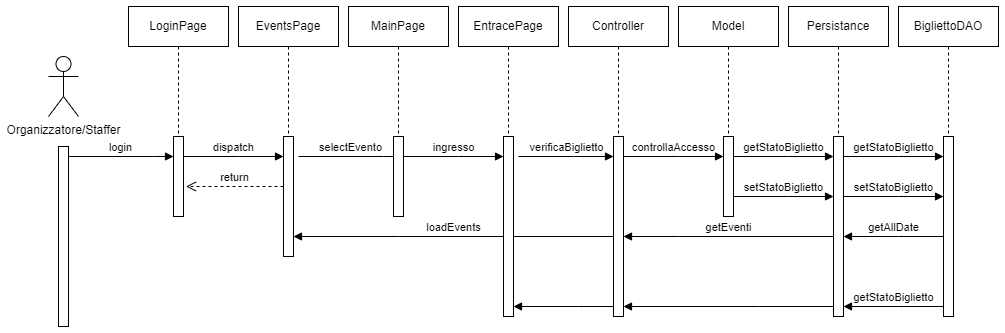
Before: Documentazione/Diagrammi/Draw.io/images/bancoIngresso.png, a diagram exported from draw.io (IngSW-unipv/Progetto-H25). Source tidied: cells renumbered, new cells last; positions are measured from the earlier drawing's top-left corner, leaving out a move shared by most shapes.
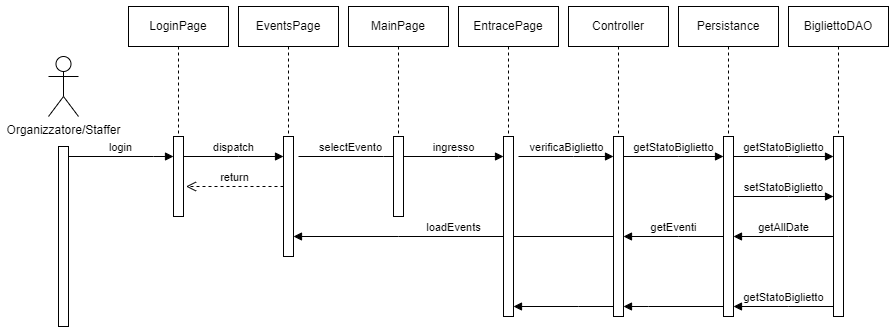
The same diagram one commit later.

Diff of the diagram source:
```diff
@@ -81,35 +81,8 @@
     <mxCell id="20" style="html=1;points=[[0,0,0,0,5],[0,1,0,0,-5],[1,0,0,0,5],[1,1,0,0,-5]];perimeter=orthogonalPerimeter;outlineConnect=0;targetShapes=umlLifeline;portConstraint=eastwest;newEdgeStyle={&quot;curved&quot;:0,&quot;rounded&quot;:0};" parent="18" vertex="1">
       <mxGeometry x="45" y="130" width="10" height="180" as="geometry" />
     </mxCell>
-    <mxCell id="21" style="group;" parent="1" vertex="1">
-      <mxGeometry x="630" width="100" height="210" as="geometry" />
-    </mxCell>
-    <mxCell id="22" value="Model" style="shape=umlLifeline;perimeter=lifelinePerimeter;whiteSpace=wrap;html=1;newEdgeStyle={&quot;edgeStyle&quot;:&quot;elbowEdgeStyle&quot;,&quot;elbow&quot;:&quot;vertical&quot;,&quot;curved&quot;:0,&quot;rounded&quot;:0};" parent="21" vertex="1">
-      <mxGeometry width="100" height="210" as="geometry" />
-    </mxCell>
-    <mxCell id="23" style="html=1;perimeter=orthogonalPerimeter;targetShapes=umlLifeline;newEdgeStyle={&quot;curved&quot;:0,&quot;rounded&quot;:0};" parent="21" vertex="1">
-      <mxGeometry x="45" y="130" width="10" height="80" as="geometry" />
-    </mxCell>
-    <mxCell id="24" value="controllaAccesso" style="html=1;verticalAlign=bottom;endArrow=block;edgeStyle=elbowEdgeStyle;elbow=vertical;curved=0;rounded=0;" parent="21" edge="1">
-      <mxGeometry relative="1" as="geometry">
-        <mxPoint x="-55" y="150" as="sourcePoint" />
-        <mxPoint x="45" y="150" as="targetPoint" />
-        <Array as="points">
-          <mxPoint y="150" />
-        </Array>
-      </mxGeometry>
-    </mxCell>
-    <mxCell id="25" value="setStatoBiglietto" style="html=1;verticalAlign=bottom;endArrow=block;edgeStyle=elbowEdgeStyle;elbow=vertical;curved=0;rounded=0;" parent="21" edge="1">
-      <mxGeometry relative="1" as="geometry">
-        <mxPoint x="55" y="190" as="sourcePoint" />
-        <mxPoint x="155" y="190" as="targetPoint" />
-        <Array as="points">
-          <mxPoint x="110" y="190" />
-        </Array>
-      </mxGeometry>
-    </mxCell>
     <mxCell id="26" style="group;" parent="1" vertex="1">
-      <mxGeometry x="740" width="100" height="310" as="geometry" />
+      <mxGeometry x="630" width="100" height="310" as="geometry" />
     </mxCell>
     <mxCell id="27" value="Persistance" style="shape=umlLifeline;perimeter=lifelinePerimeter;whiteSpace=wrap;html=1;newEdgeStyle={&quot;edgeStyle&quot;:&quot;elbowEdgeStyle&quot;,&quot;elbow&quot;:&quot;vertical&quot;,&quot;curved&quot;:0,&quot;rounded&quot;:0};" parent="26" vertex="1">
       <mxGeometry width="100" height="210" as="geometry" />
@@ -153,7 +126,7 @@
       </mxGeometry>
     </mxCell>
     <mxCell id="33" style="group;" parent="1" vertex="1">
-      <mxGeometry x="850" width="100" height="310" as="geometry" />
+      <mxGeometry x="740" width="100" height="310" as="geometry" />
     </mxCell>
     <mxCell id="34" value="BigliettoDAO" style="shape=umlLifeline;perimeter=lifelinePerimeter;whiteSpace=wrap;html=1;newEdgeStyle={&quot;edgeStyle&quot;:&quot;elbowEdgeStyle&quot;,&quot;elbow&quot;:&quot;vertical&quot;,&quot;curved&quot;:0,&quot;rounded&quot;:0};" parent="33" vertex="1">
       <mxGeometry width="100" height="210" as="geometry" />
@@ -187,7 +160,7 @@
     <mxCell id="39" value="getAllDate" style="html=1;verticalAlign=bottom;endArrow=block;edgeStyle=elbowEdgeStyle;elbow=vertical;curved=0;rounded=0;" parent="1" edge="1" source="35" target="28">
       <mxGeometry relative="1" as="geometry">
         <Array as="points">
-          <mxPoint x="850" y="230" />
+          <mxPoint x="740" y="230" />
         </Array>
       </mxGeometry>
     </mxCell>
```
